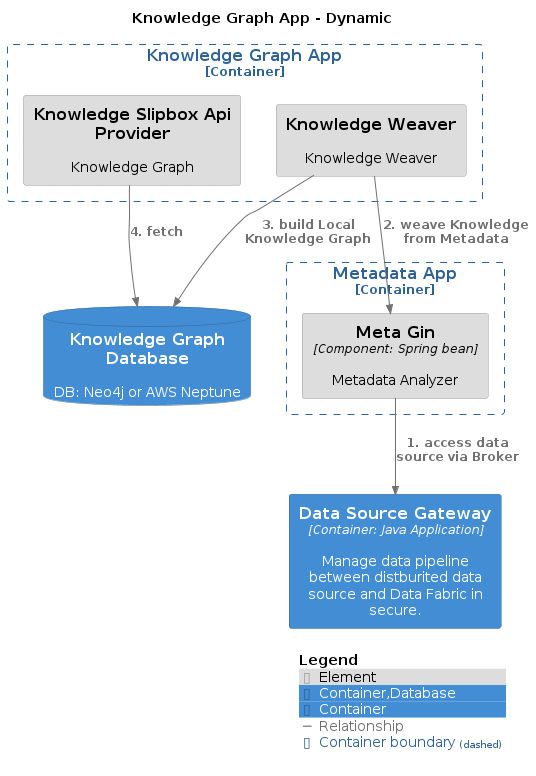
Above: master/png/LocalKnowledgeGraph.png in IntellectusCorp/data-fabric-docs (PlantUML), before the change. Source of this version:
```plantuml
@startuml
set separator none
title Knowledge Graph App - Dynamic

top to bottom direction

!include <C4/C4>
!include <C4/C4_Context>
!include <C4/C4_Container>
!include <C4/C4_Component>

AddElementTag("Element", $bgColor="#dddddd", $borderColor="#9a9a9a", $fontColor="#000000", $sprite="", $shadowing="")
AddElementTag("Container,Database", $bgColor="#438dd5", $borderColor="#2e6295", $fontColor="#ffffff", $sprite="", $shadowing="")
AddElementTag("Container", $bgColor="#438dd5", $borderColor="#2e6295", $fontColor="#ffffff", $sprite="", $shadowing="")

AddRelTag("Relationship", $textColor="#707070", $lineColor="#707070", $lineStyle = "")

AddBoundaryTag("Container", $bgColor="#ffffff", $borderColor="#2e6295", $fontColor="#2e6295", $shadowing="")

Container_Boundary("DataFabric.KnowledgeGraphApp_boundary", "Knowledge Graph App", $tags="Container") {
  Component(DataFabric.KnowledgeGraphApp.KnowledgeWeaver, "Knowledge Weaver", $techn="", $descr="Knowledge Weaver", $tags="Element", $link="")
  Component(DataFabric.KnowledgeGraphApp.KnowledgeSlipboxApiProvider, "Knowledge Slipbox Api Provider", $techn="", $descr="Knowledge Graph", $tags="Element", $link="")
}

Container_Boundary("DataFabric.MetadataApp_boundary", "Metadata App", $tags="Container") {
  Component(DataFabric.MetadataApp.MetaGin, "Meta Gin", $techn="Component: Spring bean", $descr="Metadata Analyzer", $tags="Element", $link="")
}

ContainerDb(DataFabric.KnowledgeGraphDatabase, "Knowledge Graph Database", $techn="", $descr="DB: Neo4j or AWS Neptune", $tags="Container,Database", $link="")
Container(DataFabric.DataSourceGateway, "Data Source Gateway", $techn="Container: Java Application", $descr="Manage data pipeline between distburited data source and Data Fabric in secure.", $tags="Container", $link="")

Rel_D(DataFabric.MetadataApp.MetaGin, DataFabric.DataSourceGateway, "1. access data source via Broker", $techn="", $tags="Relationship", $link="")
Rel_D(DataFabric.KnowledgeGraphApp.KnowledgeWeaver, DataFabric.MetadataApp.MetaGin, "2. weave Knowledge from Metadata", $techn="", $tags="Relationship", $link="")
Rel_D(DataFabric.KnowledgeGraphApp.KnowledgeWeaver, DataFabric.KnowledgeGraphDatabase, "3. build Local Knowledge Graph", $techn="", $tags="Relationship", $link="")
Rel_D(DataFabric.KnowledgeGraphApp.KnowledgeSlipboxApiProvider, DataFabric.KnowledgeGraphDatabase, "4. fetch", $techn="", $tags="Relationship", $link="")

SHOW_LEGEND(true)
@enduml
```
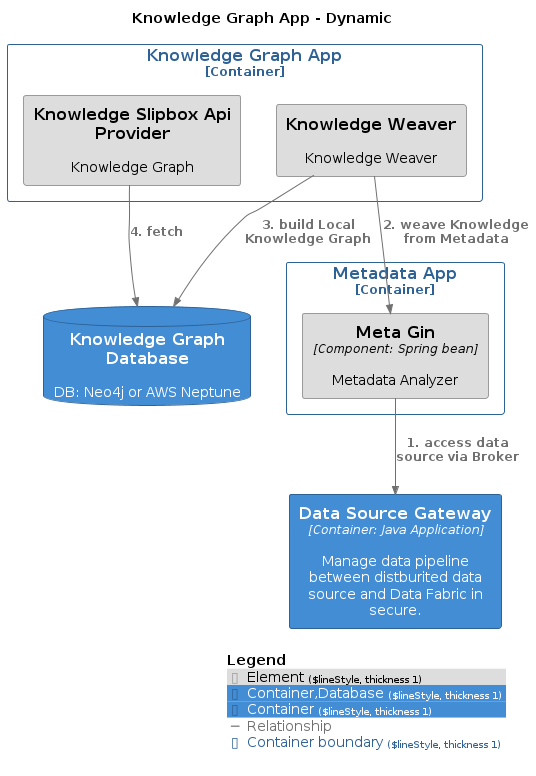
After the commit.

The edit, as a diff of the source:
```diff
@@ -9,13 +9,13 @@
 !include <C4/C4_Container>
 !include <C4/C4_Component>
 
-AddElementTag("Element", $bgColor="#dddddd", $borderColor="#9a9a9a", $fontColor="#000000", $sprite="", $shadowing="")
-AddElementTag("Container,Database", $bgColor="#438dd5", $borderColor="#2e6295", $fontColor="#ffffff", $sprite="", $shadowing="")
-AddElementTag("Container", $bgColor="#438dd5", $borderColor="#2e6295", $fontColor="#ffffff", $sprite="", $shadowing="")
+AddElementTag("Element", $bgColor="#dddddd", $borderColor="#9a9a9a", $fontColor="#000000", $sprite="", $shadowing="", $borderStyle="Solid", $borderThickness="1")
+AddElementTag("Container,Database", $bgColor="#438dd5", $borderColor="#2e6295", $fontColor="#ffffff", $sprite="", $shadowing="", $borderStyle="Solid", $borderThickness="1")
+AddElementTag("Container", $bgColor="#438dd5", $borderColor="#2e6295", $fontColor="#ffffff", $sprite="", $shadowing="", $borderStyle="Solid", $borderThickness="1")
 
 AddRelTag("Relationship", $textColor="#707070", $lineColor="#707070", $lineStyle = "")
 
-AddBoundaryTag("Container", $bgColor="#ffffff", $borderColor="#2e6295", $fontColor="#2e6295", $shadowing="")
+AddBoundaryTag("Container", $bgColor="#ffffff", $borderColor="#2e6295", $fontColor="#2e6295", $shadowing="", $borderStyle="Solid", $borderThickness="1")
 
 Container_Boundary("DataFabric.KnowledgeGraphApp_boundary", "Knowledge Graph App", $tags="Container") {
   Component(DataFabric.KnowledgeGraphApp.KnowledgeWeaver, "Knowledge Weaver", $techn="", $descr="Knowledge Weaver", $tags="Element", $link="")
@@ -29,10 +29,10 @@
 ContainerDb(DataFabric.KnowledgeGraphDatabase, "Knowledge Graph Database", $techn="", $descr="DB: Neo4j or AWS Neptune", $tags="Container,Database", $link="")
 Container(DataFabric.DataSourceGateway, "Data Source Gateway", $techn="Container: Java Application", $descr="Manage data pipeline between distburited data source and Data Fabric in secure.", $tags="Container", $link="")
 
-Rel_D(DataFabric.MetadataApp.MetaGin, DataFabric.DataSourceGateway, "1. access data source via Broker", $techn="", $tags="Relationship", $link="")
-Rel_D(DataFabric.KnowledgeGraphApp.KnowledgeWeaver, DataFabric.MetadataApp.MetaGin, "2. weave Knowledge from Metadata", $techn="", $tags="Relationship", $link="")
-Rel_D(DataFabric.KnowledgeGraphApp.KnowledgeWeaver, DataFabric.KnowledgeGraphDatabase, "3. build Local Knowledge Graph", $techn="", $tags="Relationship", $link="")
-Rel_D(DataFabric.KnowledgeGraphApp.KnowledgeSlipboxApiProvider, DataFabric.KnowledgeGraphDatabase, "4. fetch", $techn="", $tags="Relationship", $link="")
+Rel(DataFabric.MetadataApp.MetaGin, DataFabric.DataSourceGateway, "1. access data source via Broker", $techn="", $tags="Relationship", $link="")
+Rel(DataFabric.KnowledgeGraphApp.KnowledgeWeaver, DataFabric.MetadataApp.MetaGin, "2. weave Knowledge from Metadata", $techn="", $tags="Relationship", $link="")
+Rel(DataFabric.KnowledgeGraphApp.KnowledgeWeaver, DataFabric.KnowledgeGraphDatabase, "3. build Local Knowledge Graph", $techn="", $tags="Relationship", $link="")
+Rel(DataFabric.KnowledgeGraphApp.KnowledgeSlipboxApiProvider, DataFabric.KnowledgeGraphDatabase, "4. fetch", $techn="", $tags="Relationship", $link="")
 
 SHOW_LEGEND(true)
 @enduml
```
